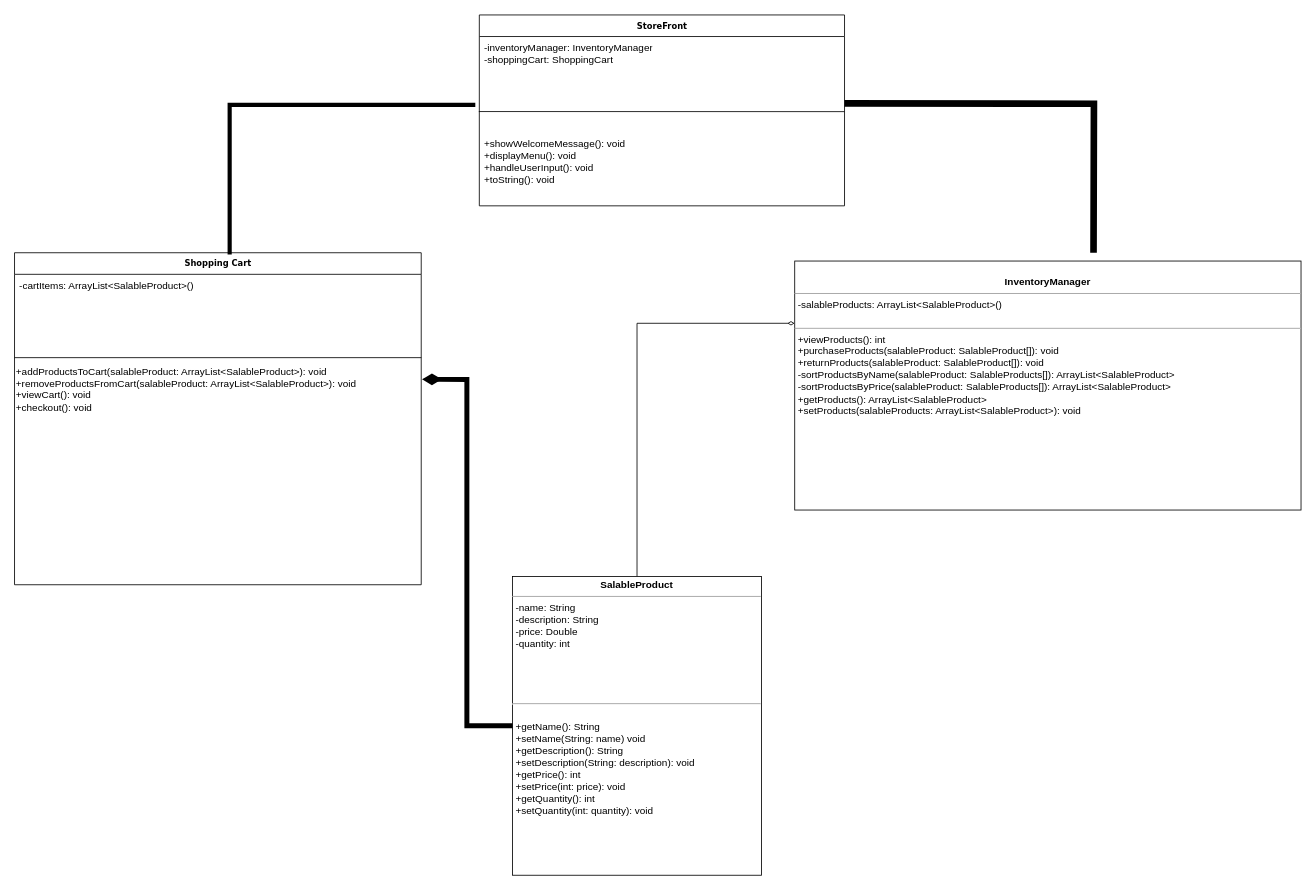
Above: Toni's Store.drawio in toniomon96/grad_school (draw.io), before the change. Source tidied: cells renumbered, new cells numbered last; positions are measured from the earlier drawing's top-left corner, leaving out a move shared by most shapes. Both pictures are drawn from the tidied source at 83%, with x=0, y=0 at pixel (14, 15).
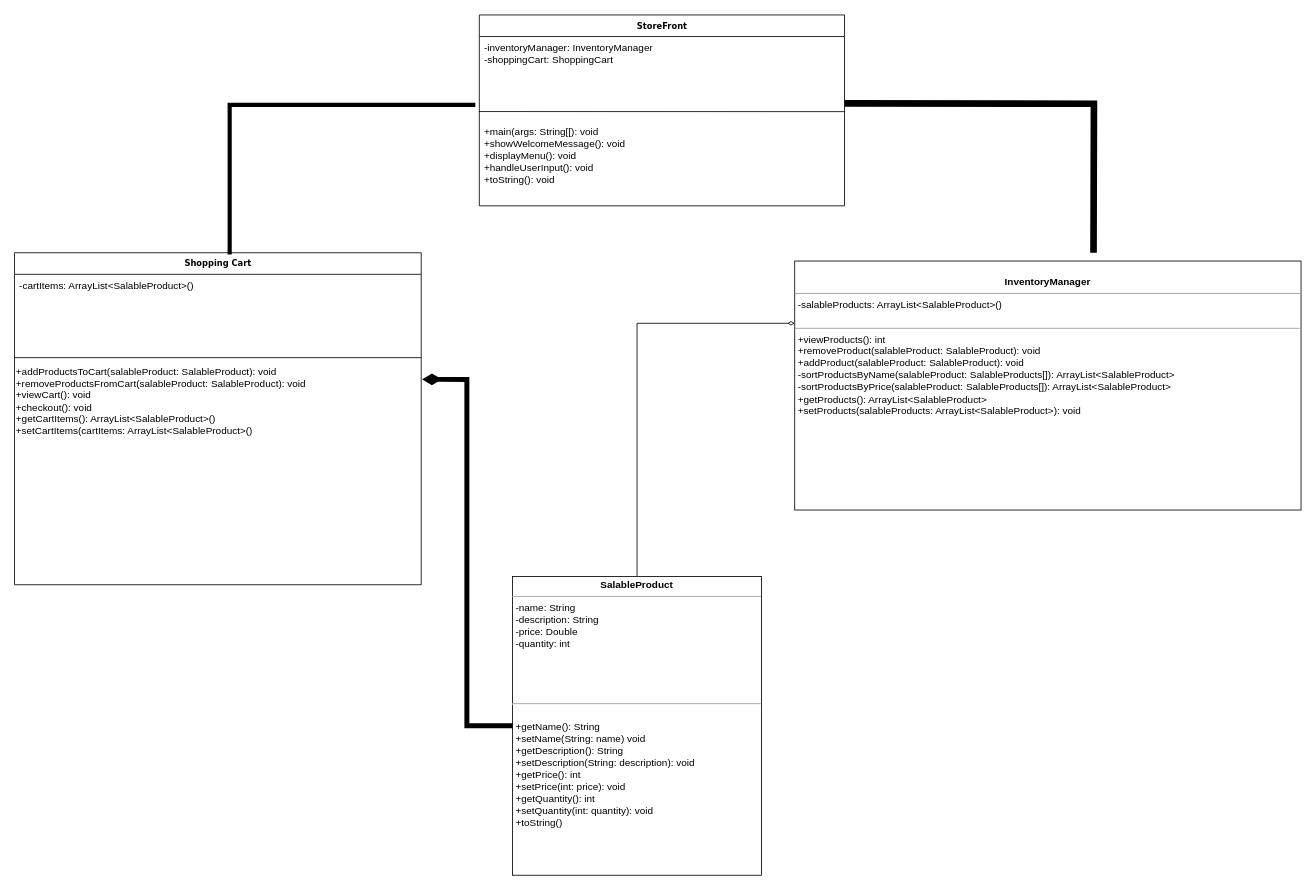
Above is the later version.

The edit, as a diff of the source:
```diff
@@
 <mxGraphModel>
   <root>
     <mxCell id="0" />
     <mxCell id="1" parent="0" />
     <mxCell id="2" value="&lt;b&gt;Shopping Cart&lt;/b&gt;" style="swimlane;html=1;fontStyle=0;horizontal=1;startSize=26;fillColor=none;swimlaneFillColor=#ffffff;rounded=0;shadow=0;comic=0;labelBackgroundColor=none;strokeWidth=1;fontFamily=Verdana;fontSize=10;align=center;" parent="1" vertex="1">
       <mxGeometry y="286" width="490" height="400" as="geometry" />
     </mxCell>
     <mxCell id="3" value="-cartItems: ArrayList&amp;lt;SalableProduct&amp;gt;()" style="text;html=1;strokeColor=none;fillColor=none;align=left;verticalAlign=top;spacingLeft=4;spacingRight=4;whiteSpace=wrap;overflow=hidden;" parent="2" vertex="1">
       <mxGeometry y="26" width="490" height="26" as="geometry" />
     </mxCell>
     <mxCell id="4" style="endArrow=none;html=1;rounded=0;exitX=0;exitY=0.438;exitDx=0;exitDy=0;exitPerimeter=0;entryX=1.021;entryY=0.438;entryDx=0;entryDy=0;entryPerimeter=0;" parent="2" edge="1">
       <mxGeometry relative="1" as="geometry">
         <mxPoint y="126.4" as="sourcePoint" />
         <mxPoint x="490.1" y="126.4" as="targetPoint" />
       </mxGeometry>
     </mxCell>
-    <mxCell id="5" value="&lt;br&gt;&lt;br&gt;&lt;br&gt;&lt;br&gt;&lt;br&gt;&lt;br&gt;&lt;br&gt;&lt;br&gt;&lt;br&gt;&lt;br&gt;&lt;br&gt;&lt;br&gt;+addProductsToCart(salableProduct: ArrayList&amp;lt;SalableProduct&amp;gt;): void&lt;br&gt;+removeProductsFromCart(salableProduct: ArrayList&amp;lt;SalableProduct&amp;gt;): void&lt;br&gt;+viewCart(): void&lt;br&gt;+checkout(): void&lt;br&gt;&lt;br&gt;&lt;br&gt;&lt;br&gt;&lt;br&gt;&lt;br&gt;&lt;br&gt;&lt;br&gt;&lt;br&gt;&lt;br&gt;&lt;br&gt;&lt;br&gt;&lt;br&gt;&lt;div&gt;&lt;br&gt;&lt;/div&gt;" style="text;strokeColor=none;align=left;fillColor=none;html=1;verticalAlign=middle;whiteSpace=wrap;rounded=0;" parent="2" vertex="1">
+    <mxCell id="5" value="&lt;br&gt;&lt;br&gt;&lt;br&gt;&lt;br&gt;&lt;br&gt;&lt;br&gt;&lt;br&gt;&lt;br&gt;&lt;br&gt;&lt;br&gt;&lt;br&gt;&lt;br&gt;&lt;br&gt;&lt;br&gt;+addProductsToCart(salableProduct: SalableProduct): void&lt;br&gt;+removeProductsFromCart(salableProduct: SalableProduct): void&lt;br&gt;+viewCart(): void&lt;br&gt;+checkout(): void&lt;br&gt;+getCartItems(): ArrayList&amp;lt;SalableProduct&amp;gt;()&lt;br&gt;+setCartItems(cartItems: ArrayList&amp;lt;SalableProduct&amp;gt;()&lt;br&gt;&lt;br&gt;&lt;br&gt;&lt;br&gt;&lt;br&gt;&lt;br&gt;&lt;br&gt;&lt;br&gt;&lt;br&gt;&lt;br&gt;&lt;br&gt;&lt;br&gt;&lt;br&gt;&lt;div&gt;&lt;br&gt;&lt;/div&gt;" style="text;strokeColor=none;align=left;fillColor=none;html=1;verticalAlign=middle;whiteSpace=wrap;rounded=0;" parent="2" vertex="1">
       <mxGeometry y="52" width="490" height="240" as="geometry" />
     </mxCell>
     <mxCell id="6" value="&lt;b&gt;StoreFront&lt;/b&gt;" style="swimlane;html=1;fontStyle=0;horizontal=1;startSize=26;fillColor=none;swimlaneFillColor=#ffffff;rounded=0;shadow=0;comic=0;labelBackgroundColor=none;strokeWidth=1;fontFamily=Verdana;fontSize=10;align=center;" parent="1" vertex="1">
       <mxGeometry x="560" y="-0.5" width="440" height="230" as="geometry" />
     </mxCell>
-    <mxCell id="7" value="-inventoryManager: InventoryManager&lt;br&gt;-shoppingCart: ShoppingCart&lt;br&gt;&lt;br&gt;&lt;br&gt;&lt;br&gt;&lt;br&gt;&lt;br&gt;&lt;br&gt;+showWelcomeMessage(): void&lt;br&gt;+displayMenu(): void&lt;br&gt;+handleUserInput(): void&lt;br&gt;+toString(): void" style="text;html=1;strokeColor=none;fillColor=none;align=left;verticalAlign=top;spacingLeft=4;spacingRight=4;whiteSpace=wrap;overflow=hidden;points=[[0,0.5],[1,0.5]];portConstraint=eastwest;" parent="6" vertex="1">
+    <mxCell id="7" value="-inventoryManager: InventoryManager&lt;br&gt;-shoppingCart: ShoppingCart&lt;br&gt;&lt;br&gt;&lt;br&gt;&lt;br&gt;&lt;br&gt;&lt;br&gt;+main(args: String[[): void&lt;br&gt;+showWelcomeMessage(): void&lt;br&gt;+displayMenu(): void&lt;br&gt;+handleUserInput(): void&lt;br&gt;+toString(): void" style="text;html=1;strokeColor=none;fillColor=none;align=left;verticalAlign=top;spacingLeft=4;spacingRight=4;whiteSpace=wrap;overflow=hidden;points=[[0,0.5],[1,0.5]];portConstraint=eastwest;" parent="6" vertex="1">
       <mxGeometry y="26" width="440" height="204" as="geometry" />
     </mxCell>
     <mxCell id="8" style="endArrow=none;html=1;rounded=0;exitX=-0.002;exitY=0.362;exitDx=0;exitDy=0;exitPerimeter=0;" parent="6" edge="1">
       <mxGeometry relative="1" as="geometry">
         <mxPoint x="-0.6" y="116.4" as="sourcePoint" />
         <mxPoint x="440" y="116.5" as="targetPoint" />
       </mxGeometry>
     </mxCell>
-    <mxCell id="9" value="&lt;p style=&quot;margin:0px;margin-top:4px;text-align:center;&quot;&gt;&lt;br&gt;&lt;b&gt;InventoryManager&lt;/b&gt;&lt;/p&gt;&lt;hr size=&quot;1&quot;&gt;&lt;p style=&quot;margin:0px;margin-left:4px;&quot;&gt;-salableProducts: ArrayList&amp;lt;SalableProduct&amp;gt;()&lt;br&gt;&lt;br&gt;&lt;/p&gt;&lt;hr size=&quot;1&quot;&gt;&lt;p style=&quot;margin:0px;margin-left:4px;&quot;&gt;+viewProducts(): int&lt;br&gt;+purchaseProducts(salableProduct: SalableProduct[]): void&lt;/p&gt;&lt;p style=&quot;margin:0px;margin-left:4px;&quot;&gt;+returnProducts(salableProduct: SalableProduct[]): void&lt;/p&gt;&lt;p style=&quot;margin:0px;margin-left:4px;&quot;&gt;-sortProductsByName(salableProduct: SalableProducts[]): ArrayList&amp;lt;SalableProduct&amp;gt;&lt;/p&gt;&lt;p style=&quot;margin:0px;margin-left:4px;&quot;&gt;&lt;span style=&quot;background-color: initial;&quot;&gt;-sortProductsByPrice(salableProduct: SalableProducts[]): ArrayList&amp;lt;SalableProduct&amp;gt;&lt;/span&gt;&lt;/p&gt;&lt;p style=&quot;margin:0px;margin-left:4px;&quot;&gt;&lt;span style=&quot;background-color: initial;&quot;&gt;+getProducts(): ArrayList&amp;lt;SalableProduct&amp;gt;&lt;/span&gt;&lt;/p&gt;&lt;p style=&quot;margin:0px;margin-left:4px;&quot;&gt;&lt;span style=&quot;background-color: initial;&quot;&gt;+setProducts(salableProducts: ArrayList&amp;lt;SalableProduct&amp;gt;): void&lt;/span&gt;&lt;/p&gt;" style="verticalAlign=top;align=left;overflow=fill;fontSize=12;fontFamily=Helvetica;html=1;rounded=0;shadow=0;comic=0;labelBackgroundColor=none;strokeWidth=1;" parent="1" vertex="1">
+    <mxCell id="9" value="&lt;p style=&quot;margin:0px;margin-top:4px;text-align:center;&quot;&gt;&lt;br&gt;&lt;b&gt;InventoryManager&lt;/b&gt;&lt;/p&gt;&lt;hr size=&quot;1&quot;&gt;&lt;p style=&quot;margin:0px;margin-left:4px;&quot;&gt;-salableProducts: ArrayList&amp;lt;SalableProduct&amp;gt;()&lt;br&gt;&lt;br&gt;&lt;/p&gt;&lt;hr size=&quot;1&quot;&gt;&lt;p style=&quot;margin:0px;margin-left:4px;&quot;&gt;+viewProducts(): int&lt;br&gt;+removeProduct(salableProduct: SalableProduct): void&lt;/p&gt;&lt;p style=&quot;margin:0px;margin-left:4px;&quot;&gt;+addProduct(salableProduct: SalableProduct): void&lt;/p&gt;&lt;p style=&quot;margin:0px;margin-left:4px;&quot;&gt;-sortProductsByName(salableProduct: SalableProducts[]): ArrayList&amp;lt;SalableProduct&amp;gt;&lt;/p&gt;&lt;p style=&quot;margin:0px;margin-left:4px;&quot;&gt;&lt;span style=&quot;background-color: initial;&quot;&gt;-sortProductsByPrice(salableProduct: SalableProducts[]): ArrayList&amp;lt;SalableProduct&amp;gt;&lt;/span&gt;&lt;/p&gt;&lt;p style=&quot;margin:0px;margin-left:4px;&quot;&gt;&lt;span style=&quot;background-color: initial;&quot;&gt;+getProducts(): ArrayList&amp;lt;SalableProduct&amp;gt;&lt;/span&gt;&lt;/p&gt;&lt;p style=&quot;margin:0px;margin-left:4px;&quot;&gt;&lt;span style=&quot;background-color: initial;&quot;&gt;+setProducts(salableProducts: ArrayList&amp;lt;SalableProduct&amp;gt;): void&lt;/span&gt;&lt;/p&gt;" style="verticalAlign=top;align=left;overflow=fill;fontSize=12;fontFamily=Helvetica;html=1;rounded=0;shadow=0;comic=0;labelBackgroundColor=none;strokeWidth=1;" parent="1" vertex="1">
       <mxGeometry x="940" y="296" width="610" height="300" as="geometry" />
     </mxCell>
     <mxCell id="10" style="edgeStyle=orthogonalEdgeStyle;rounded=0;jettySize=auto;html=1;exitX=0.5;exitY=0;exitDx=0;exitDy=0;entryX=0;entryY=0.25;entryDx=0;entryDy=0;endArrow=diamondThin;endFill=0;strokeWidth=1;" parent="1" edge="1" source="11" target="9">
       <mxGeometry relative="1" as="geometry" />
     </mxCell>
-    <mxCell id="11" value="&lt;p style=&quot;margin:0px;margin-top:4px;text-align:center;&quot;&gt;&lt;b&gt;SalableProduct&lt;/b&gt;&lt;/p&gt;&lt;hr size=&quot;1&quot;&gt;&lt;p style=&quot;margin:0px;margin-left:4px;&quot;&gt;-name: String&lt;/p&gt;&lt;p style=&quot;margin:0px;margin-left:4px;&quot;&gt;-description: String&lt;/p&gt;&lt;p style=&quot;margin:0px;margin-left:4px;&quot;&gt;-price: Double&lt;/p&gt;&lt;p style=&quot;margin:0px;margin-left:4px;&quot;&gt;-quantity: int&lt;/p&gt;&lt;p style=&quot;margin:0px;margin-left:4px;&quot;&gt;&lt;br&gt;&lt;/p&gt;&lt;p style=&quot;margin:0px;margin-left:4px;&quot;&gt;&lt;br&gt;&lt;/p&gt;&lt;p style=&quot;margin:0px;margin-left:4px;&quot;&gt;&lt;br&gt;&lt;/p&gt;&lt;p style=&quot;margin:0px;margin-left:4px;&quot;&gt;&lt;br&gt;&lt;/p&gt;&lt;hr&gt;&lt;p style=&quot;margin:0px;margin-left:4px;&quot;&gt;&lt;br&gt;&lt;/p&gt;&lt;p style=&quot;border-color: var(--border-color); margin: 0px 0px 0px 4px;&quot;&gt;+getName(): String&lt;/p&gt;&lt;p style=&quot;border-color: var(--border-color); margin: 0px 0px 0px 4px;&quot;&gt;+setName(String: name) void&lt;/p&gt;&lt;p style=&quot;border-color: var(--border-color); margin: 0px 0px 0px 4px;&quot;&gt;+getDescription(): String&lt;/p&gt;&lt;p style=&quot;border-color: var(--border-color); margin: 0px 0px 0px 4px;&quot;&gt;+setDescription(String: description): void&lt;/p&gt;&lt;p style=&quot;border-color: var(--border-color); margin: 0px 0px 0px 4px;&quot;&gt;+getPrice(): int&lt;/p&gt;&lt;p style=&quot;border-color: var(--border-color); margin: 0px 0px 0px 4px;&quot;&gt;+setPrice(int: price): void&lt;/p&gt;&lt;p style=&quot;border-color: var(--border-color); margin: 0px 0px 0px 4px;&quot;&gt;+getQuantity(): int&lt;/p&gt;&lt;p style=&quot;border-color: var(--border-color); margin: 0px 0px 0px 4px;&quot;&gt;+setQuantity(int: quantity): void&lt;/p&gt;&lt;p style=&quot;border-color: var(--border-color); margin: 0px 0px 0px 4px;&quot;&gt;&lt;br&gt;&lt;/p&gt;&lt;p style=&quot;margin:0px;margin-left:4px;&quot;&gt;&lt;br&gt;&lt;/p&gt;&lt;p style=&quot;margin:0px;margin-left:4px;&quot;&gt;&lt;br&gt;&lt;/p&gt;&lt;p style=&quot;margin:0px;margin-left:4px;&quot;&gt;&lt;br&gt;&lt;/p&gt;&lt;p style=&quot;margin:0px;margin-left:4px;&quot;&gt;&lt;br&gt;&lt;/p&gt;" style="verticalAlign=top;align=left;overflow=fill;fontSize=12;fontFamily=Helvetica;html=1;rounded=0;shadow=0;comic=0;labelBackgroundColor=none;strokeWidth=1;" parent="1" vertex="1">
+    <mxCell id="11" value="&lt;p style=&quot;margin:0px;margin-top:4px;text-align:center;&quot;&gt;&lt;b&gt;SalableProduct&lt;/b&gt;&lt;/p&gt;&lt;hr size=&quot;1&quot;&gt;&lt;p style=&quot;margin:0px;margin-left:4px;&quot;&gt;-name: String&lt;/p&gt;&lt;p style=&quot;margin:0px;margin-left:4px;&quot;&gt;-description: String&lt;/p&gt;&lt;p style=&quot;margin:0px;margin-left:4px;&quot;&gt;-price: Double&lt;/p&gt;&lt;p style=&quot;margin:0px;margin-left:4px;&quot;&gt;-quantity: int&lt;/p&gt;&lt;p style=&quot;margin:0px;margin-left:4px;&quot;&gt;&lt;br&gt;&lt;/p&gt;&lt;p style=&quot;margin:0px;margin-left:4px;&quot;&gt;&lt;br&gt;&lt;/p&gt;&lt;p style=&quot;margin:0px;margin-left:4px;&quot;&gt;&lt;br&gt;&lt;/p&gt;&lt;p style=&quot;margin:0px;margin-left:4px;&quot;&gt;&lt;br&gt;&lt;/p&gt;&lt;hr&gt;&lt;p style=&quot;margin:0px;margin-left:4px;&quot;&gt;&lt;br&gt;&lt;/p&gt;&lt;p style=&quot;border-color: var(--border-color); margin: 0px 0px 0px 4px;&quot;&gt;+getName(): String&lt;/p&gt;&lt;p style=&quot;border-color: var(--border-color); margin: 0px 0px 0px 4px;&quot;&gt;+setName(String: name) void&lt;/p&gt;&lt;p style=&quot;border-color: var(--border-color); margin: 0px 0px 0px 4px;&quot;&gt;+getDescription(): String&lt;/p&gt;&lt;p style=&quot;border-color: var(--border-color); margin: 0px 0px 0px 4px;&quot;&gt;+setDescription(String: description): void&lt;/p&gt;&lt;p style=&quot;border-color: var(--border-color); margin: 0px 0px 0px 4px;&quot;&gt;+getPrice(): int&lt;/p&gt;&lt;p style=&quot;border-color: var(--border-color); margin: 0px 0px 0px 4px;&quot;&gt;+setPrice(int: price): void&lt;/p&gt;&lt;p style=&quot;border-color: var(--border-color); margin: 0px 0px 0px 4px;&quot;&gt;+getQuantity(): int&lt;/p&gt;&lt;p style=&quot;border-color: var(--border-color); margin: 0px 0px 0px 4px;&quot;&gt;+setQuantity(int: quantity): void&lt;/p&gt;&lt;p style=&quot;border-color: var(--border-color); margin: 0px 0px 0px 4px;&quot;&gt;+toString()&lt;/p&gt;&lt;p style=&quot;border-color: var(--border-color); margin: 0px 0px 0px 4px;&quot;&gt;&lt;br&gt;&lt;/p&gt;&lt;p style=&quot;margin:0px;margin-left:4px;&quot;&gt;&lt;br&gt;&lt;/p&gt;&lt;p style=&quot;margin:0px;margin-left:4px;&quot;&gt;&lt;br&gt;&lt;/p&gt;&lt;p style=&quot;margin:0px;margin-left:4px;&quot;&gt;&lt;br&gt;&lt;/p&gt;&lt;p style=&quot;margin:0px;margin-left:4px;&quot;&gt;&lt;br&gt;&lt;/p&gt;" style="verticalAlign=top;align=left;overflow=fill;fontSize=12;fontFamily=Helvetica;html=1;rounded=0;shadow=0;comic=0;labelBackgroundColor=none;strokeWidth=1;" parent="1" vertex="1">
       <mxGeometry x="600" y="676" width="300" height="360" as="geometry" />
     </mxCell>
     <mxCell id="12" style="edgeStyle=orthogonalEdgeStyle;rounded=0;jettySize=auto;html=1;entryX=-0.011;entryY=0.404;entryDx=0;entryDy=0;entryPerimeter=0;endArrow=none;endFill=0;exitX=0.529;exitY=0.005;exitDx=0;exitDy=0;exitPerimeter=0;strokeWidth=5;" parent="1" edge="1" source="2" target="7">
       <mxGeometry relative="1" as="geometry" />
     </mxCell>
     <mxCell id="13" style="edgeStyle=orthogonalEdgeStyle;rounded=0;orthogonalLoop=1;jettySize=auto;html=1;endArrow=none;endFill=0;exitX=0.529;exitY=0.005;exitDx=0;exitDy=0;exitPerimeter=0;strokeWidth=8;" parent="1" edge="1">
       <mxGeometry relative="1" as="geometry">
         <mxPoint x="1000" y="106" as="sourcePoint" />
         <mxPoint x="1300" y="286" as="targetPoint" />
       </mxGeometry>
     </mxCell>
     <mxCell id="14" style="edgeStyle=orthogonalEdgeStyle;rounded=0;jettySize=auto;html=1;entryX=1.002;entryY=0.419;entryDx=0;entryDy=0;entryPerimeter=0;endArrow=diamondThin;endFill=1;strokeWidth=6;" parent="1" edge="1" source="11" target="5">
       <mxGeometry relative="1" as="geometry" />
     </mxCell>
   </root>
 </mxGraphModel>
```
